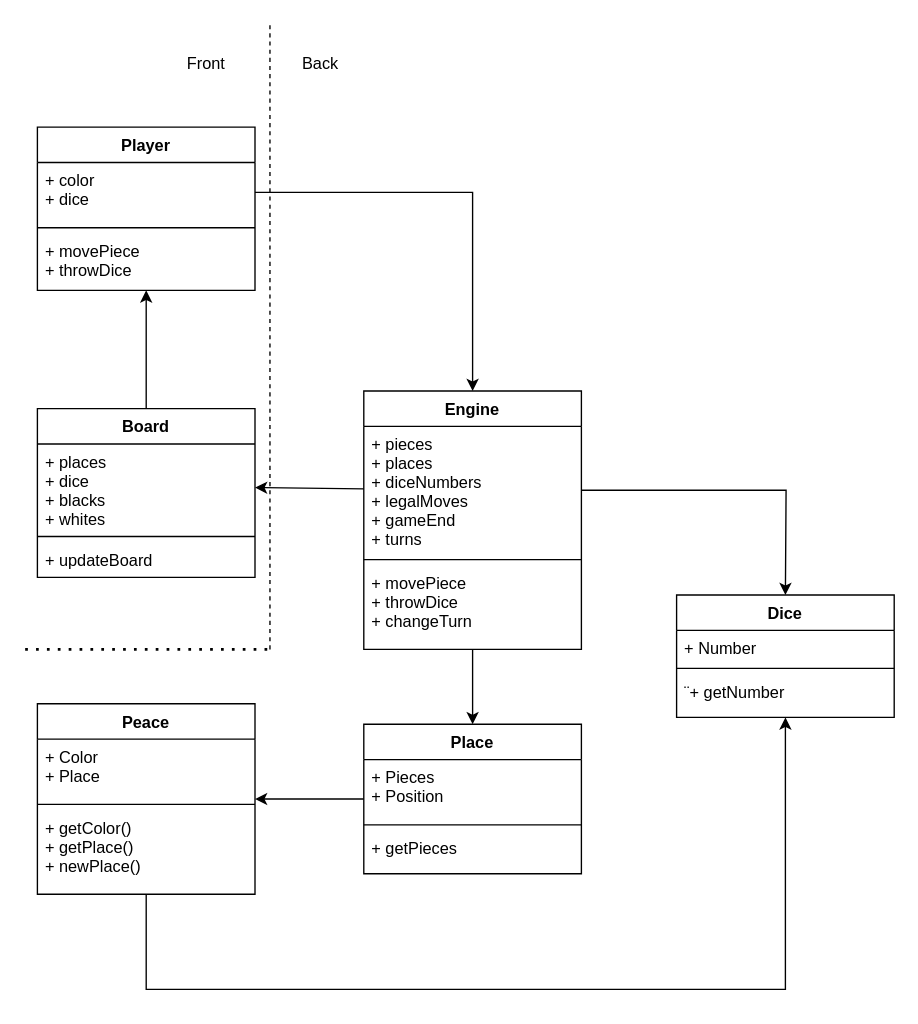
Earlier version of the draw.io diagram Untitled Diagram.drawio (GreatSharky/backcammon). Source tidied: cells renumbered, new cells numbered last; positions are measured from the earlier drawing's top-left corner, leaving out a move shared by most shapes. Both pictures are drawn from the tidied source at 136%, with x=0, y=0 at pixel (24, 23).
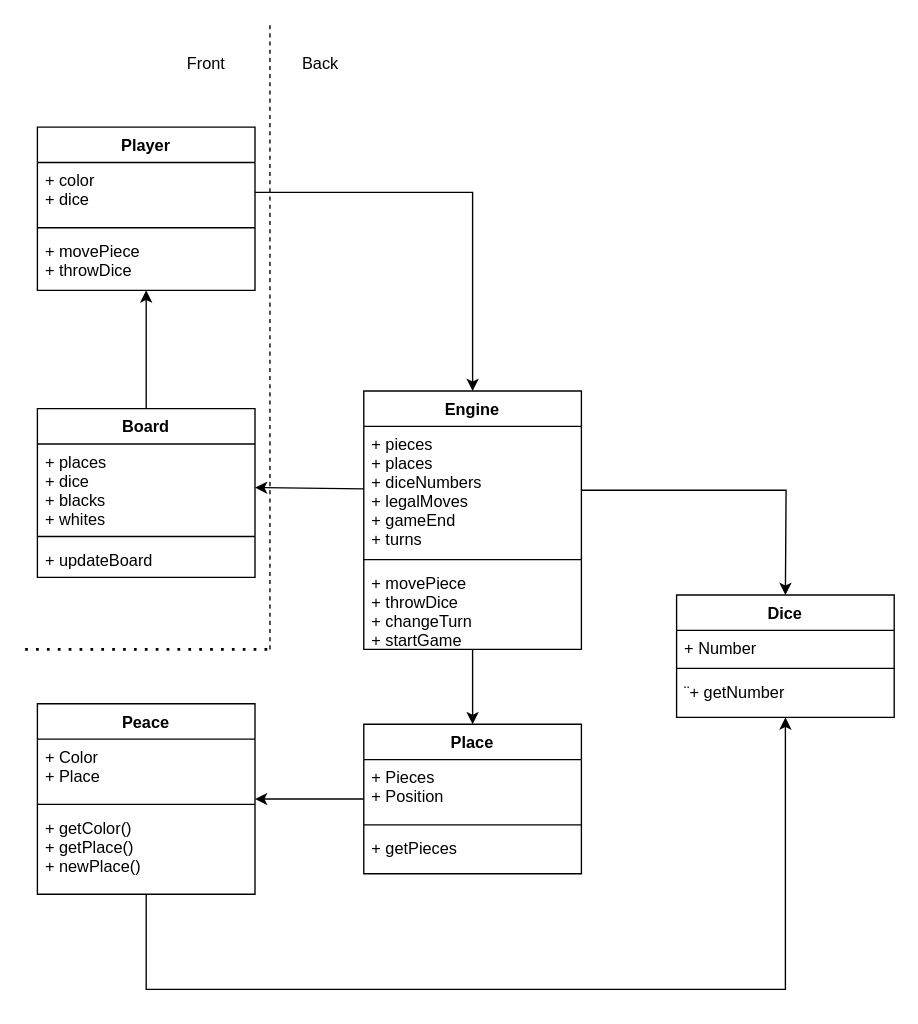
After the change.

Unchanged cells that the change refers to:
```xml
<mxCell id="7" value="Engine" style="swimlane;fontStyle=1;align=center;verticalAlign=top;horizontal=1;startSize=26;" parent="1" vertex="1">
  <mxGeometry x="249" y="270" width="160" height="190" as="geometry" />
</mxCell>
```

The edit, as a diff of the source:
```diff
@@
-    <mxCell id="10" value="+ movePiece&#10;+ throwDice&#10;+ changeTurn" style="text;strokeColor=none;fillColor=none;align=left;verticalAlign=top;spacingLeft=4;spacingRight=4;overflow=hidden;points=[[0,0.5],[1,0.5]];portConstraint=eastwest;" parent="7" vertex="1">
+    <mxCell id="10" value="+ movePiece&#10;+ throwDice&#10;+ changeTurn&#10;+ startGame" style="text;strokeColor=none;fillColor=none;align=left;verticalAlign=top;spacingLeft=4;spacingRight=4;overflow=hidden;points=[[0,0.5],[1,0.5]];portConstraint=eastwest;" parent="7" vertex="1">
       <mxGeometry y="128" width="160" height="62" as="geometry" />
     </mxCell>
```
